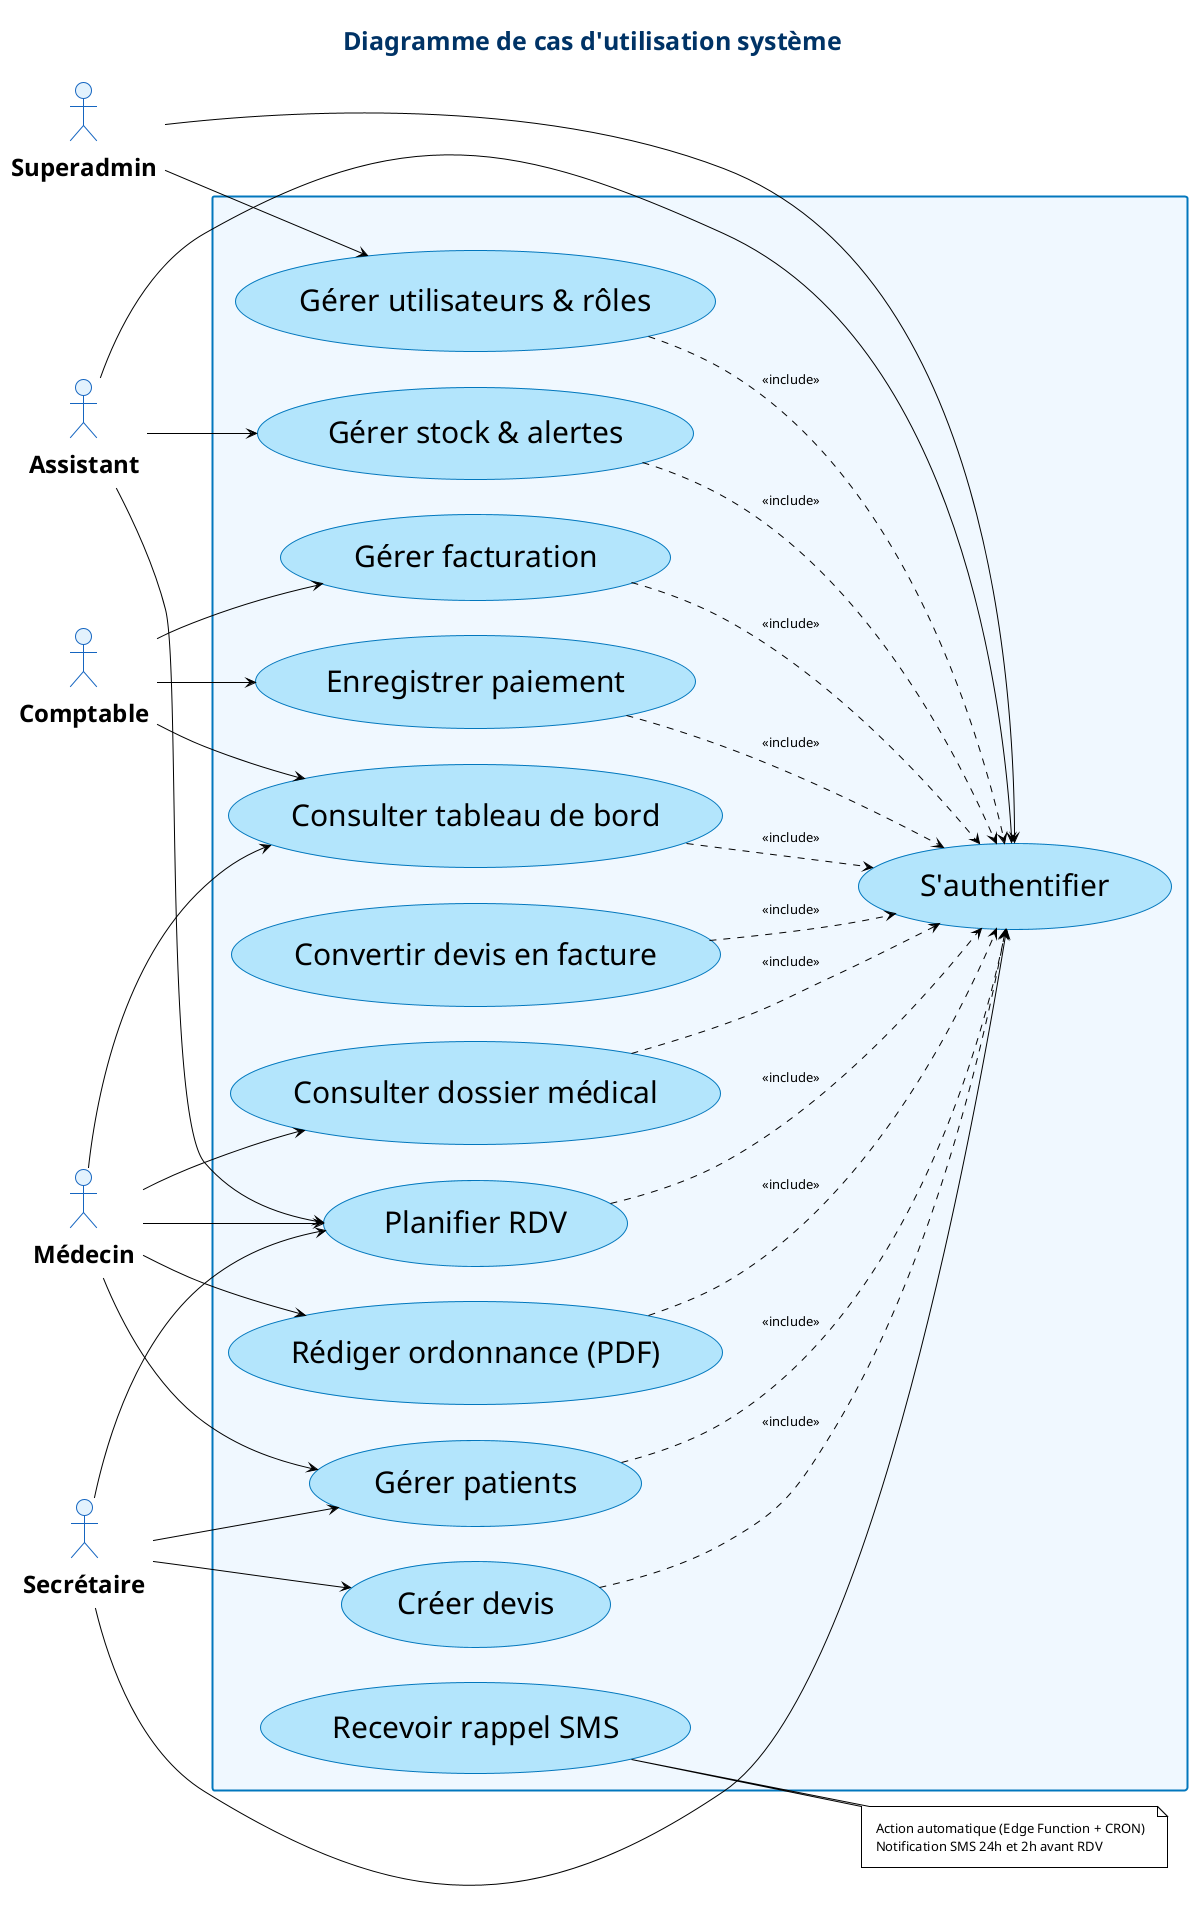
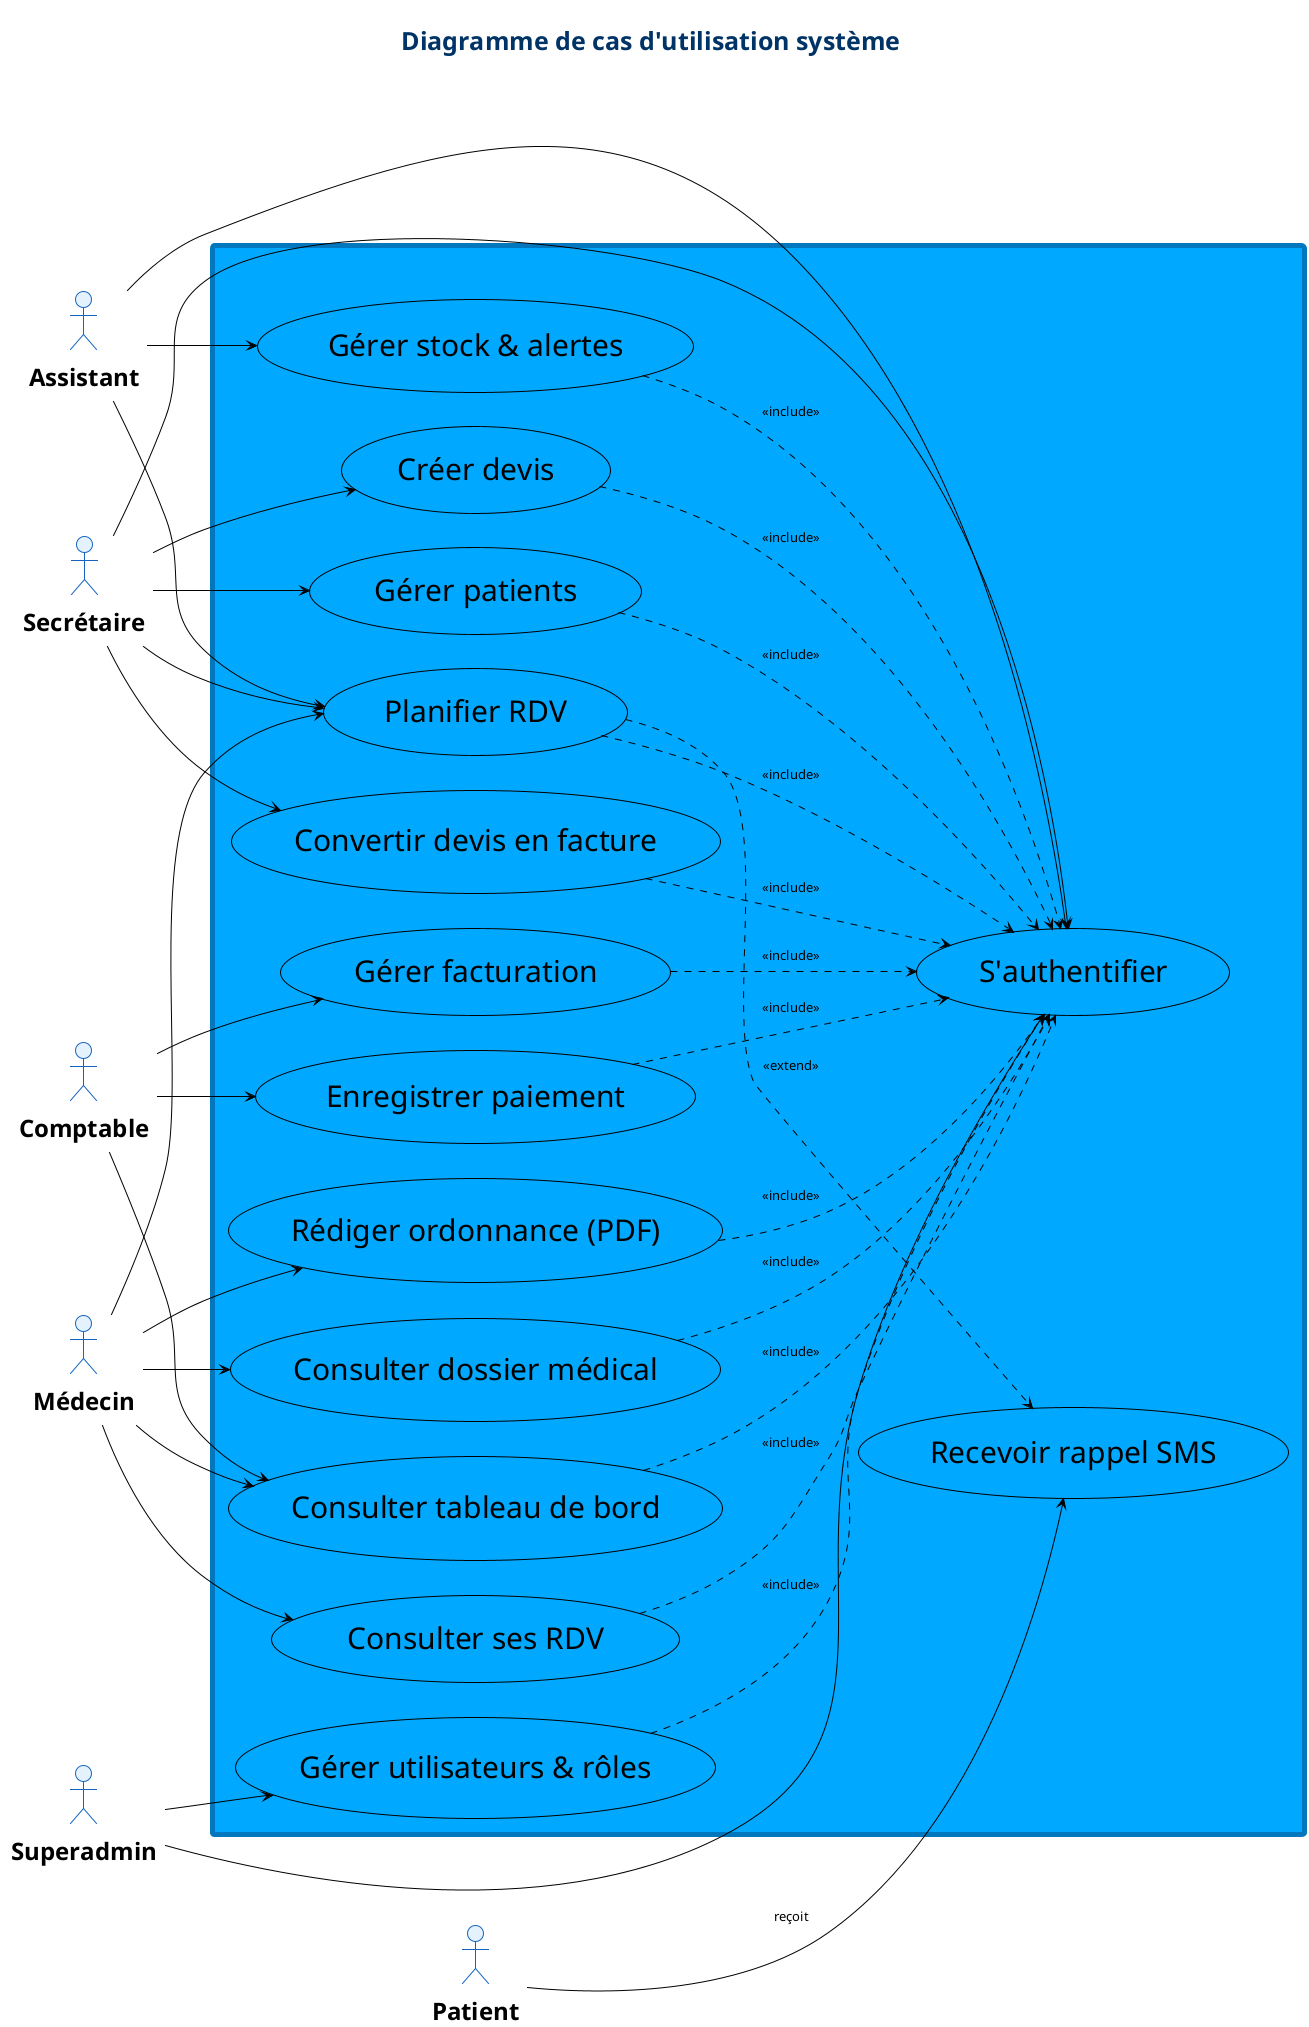
@startuml DentaCare_Usecase_Final
!theme plain
skinparam backgroundColor #ffffff
skinparam padding 8
skinparam title {
  FontSize 25
  FontColor #003366
 FontStyle bold
}
skinparam actor {
  BackgroundColor #E3F2FD
  BorderColor #1565C0
  FontColor #000000
  FontSize 24
  FontStyle bold
}
skinparam usecase {
-   BackgroundColor #B3E5FC
-   BorderColor #0277BD
+   BackgroundColor #00a9ff
+   BorderColor #000000
  FontColor #000000
  FontSize 30
}
skinparam rectangle {
  BorderColor #0277BD
-   BorderThickness 2
-   BackgroundColor #F0F8FF
+   BorderThickness 5
+   BackgroundColor #00a9ff
}

title Diagramme de cas d'utilisation système

' ========== ACTEURS PLACÉS VERTICALEMENT (À GAUCHE) ==========
left to right direction

actor "Médecin" as ActorMed
actor "Secrétaire" as ActorSec
actor "Comptable" as ActorComp
actor "Assistant" as ActorAsst
actor "Superadmin" as ActorAdmin
+ actor "Patient" as ActorPatient

' ========== SYSTÈME ==========
rectangle " " as System {

  usecase "S'authentifier" as UCAuth

  usecase "Gérer patients" as UC1
  usecase "Consulter dossier médical" as UC2
  usecase "Planifier RDV" as UC3
+   usecase "Consulter ses RDV" as UC3b
  usecase "Rédiger ordonnance (PDF)" as UC4
  usecase "Créer devis" as UC5
  usecase "Convertir devis en facture" as UC6
  usecase "Gérer facturation" as UC7
  usecase "Enregistrer paiement" as UC8
  usecase "Gérer stock & alertes" as UC9
  usecase "Consulter tableau de bord" as UC10
  usecase "Gérer utilisateurs & rôles" as UC11
  usecase "Recevoir rappel SMS" as UC12
}

' ========== FLÈCHES ACTEUR MÉDECIN ==========
- ActorMed --> UC1
ActorMed --> UC2
ActorMed --> UC3
+ ActorMed --> UC3b
ActorMed --> UC4
ActorMed --> UC10

' ========== FLÈCHES ACTEUR SECRÉTAIRE ==========
ActorSec --> UC1
ActorSec --> UC3
ActorSec --> UC5
+ ActorSec --> UC6
ActorSec --> UCAuth

' ========== FLÈCHES ACTEUR COMPTABLE ==========
ActorComp --> UC7
ActorComp --> UC8
ActorComp --> UC10

' ========== FLÈCHES ACTEUR ASSISTANT ==========
ActorAsst --> UC9
ActorAsst --> UC3
ActorAsst --> UCAuth

' ========== FLÈCHES ACTEUR SUPERADMIN ==========
ActorAdmin --> UCAuth
ActorAdmin --> UC11

+ ' ========== FLÈCHES ACTEUR PATIENT ==========
+ ActorPatient --> UC12 : reçoit
+ 
' ========== RELATIONS INCLUDE VERS AUTHENTIFICATION ==========
UC1 ..> UCAuth : <<include>>
UC2 ..> UCAuth : <<include>>
UC3 ..> UCAuth : <<include>>
+ UC3b ..> UCAuth : <<include>>
UC4 ..> UCAuth : <<include>>
UC5 ..> UCAuth : <<include>>
UC6 ..> UCAuth : <<include>>
UC7 ..> UCAuth : <<include>>
UC8 ..> UCAuth : <<include>>
UC9 ..> UCAuth : <<include>>
UC10 ..> UCAuth : <<include>>
UC11 ..> UCAuth : <<include>>

+ ' ========== RELATION RAPPEL SMS ==========
+ UC3 ..> UC12 : <<extend>>
+ 
' ========== NOTE SMS ==========
- note right of UC12
-   Action automatique (Edge Function + CRON)
-   Notification SMS 24h et 2h avant RDV
- end note
+ ' note right of UC12
+ '   Action automatique (Edge Function + CRON)
+ '   Notification SMS 2h avant RDV
+ '   Acteur : Patient (reçoit le SMS)
+ ' end note

@enduml



+ 
+ 
